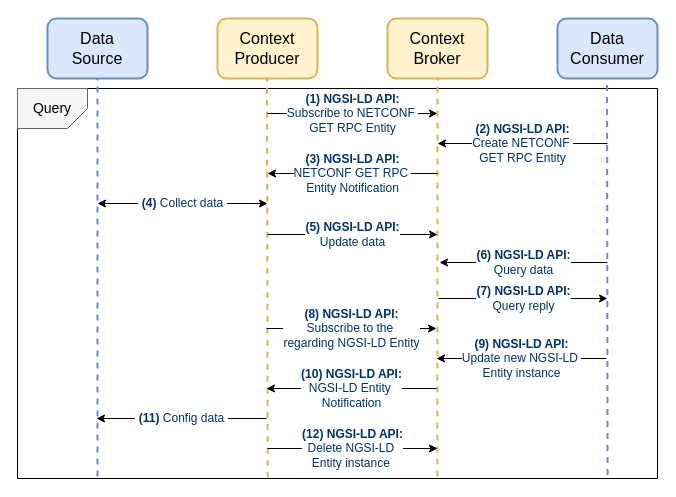
Before: page "data-materialization-workflow-with-operation-set-v2" (14 of 34) of ngsi-ld/information-models/netconf-controller-information-models-and-data-integration-workflows.drawio in giros-dit/yang-to-ngsi-ld, a draw.io diagram. Source tidied: cells renumbered, new cells numbered last; positions are measured from the earlier drawing's top-left corner, leaving out a move shared by most shapes. Both pictures are drawn from the tidied source at 100%, with x=0, y=0 at pixel (17, 18).
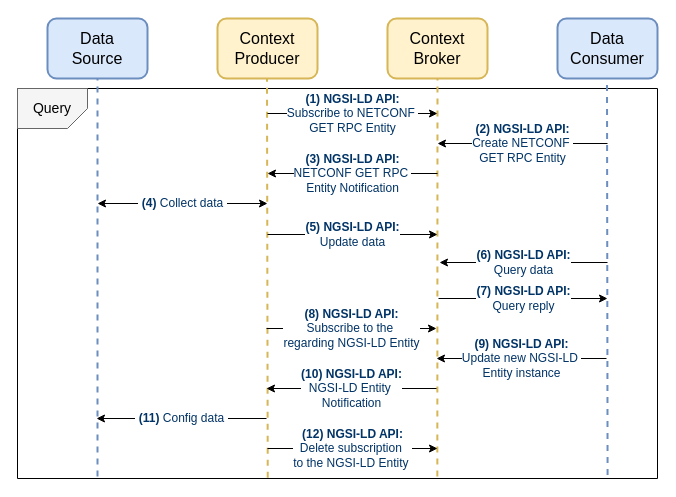
The same page after the edit.

Commit message (it also covers changes not shown here):
Updating images resources folder and NGSI-LD Information Models draw.io diagrams.

Change to the diagram source:
```diff
@@
-    <mxCell id="24" value="&lt;font style=&quot;font-size: 12px;&quot;&gt;&lt;b style=&quot;color: rgb(0, 51, 102);&quot;&gt;(12) NGSI-LD API:&lt;/b&gt;&lt;br style=&quot;color: rgb(0, 51, 102);&quot;&gt;&lt;/font&gt;&lt;span style=&quot;color: rgb(0, 51, 102); font-size: 12px;&quot;&gt;Delete NGSI-LD&amp;nbsp;&lt;/span&gt;&lt;div&gt;&lt;span style=&quot;color: rgb(0, 51, 102); font-size: 12px;&quot;&gt;Entity instance&amp;nbsp;&lt;/span&gt;&lt;/div&gt;" style="endArrow=classic;html=1;rounded=0;startArrow=none;startFill=0;endFill=1;" parent="1" edge="1">
+    <mxCell id="24" value="&lt;font style=&quot;font-size: 12px;&quot;&gt;&lt;b style=&quot;color: rgb(0, 51, 102);&quot;&gt;(12) NGSI-LD API:&lt;/b&gt;&lt;br style=&quot;color: rgb(0, 51, 102);&quot;&gt;&lt;/font&gt;&lt;span style=&quot;color: rgb(0, 51, 102); font-size: 12px;&quot;&gt;Delete subscription&amp;nbsp;&lt;/span&gt;&lt;div&gt;&lt;span style=&quot;color: rgb(0, 51, 102); font-size: 12px;&quot;&gt;to the NGSI-LD&amp;nbsp;&lt;/span&gt;&lt;span style=&quot;color: rgb(0, 51, 102); font-size: 12px;&quot;&gt;Entity&amp;nbsp;&lt;/span&gt;&lt;/div&gt;" style="endArrow=classic;html=1;rounded=0;startArrow=none;startFill=0;endFill=1;" parent="1" edge="1">
       <mxGeometry relative="1" as="geometry">
         <mxPoint x="250" y="430" as="sourcePoint" />
         <mxPoint x="420" y="430" as="targetPoint" />
       </mxGeometry>
     </mxCell>
```
